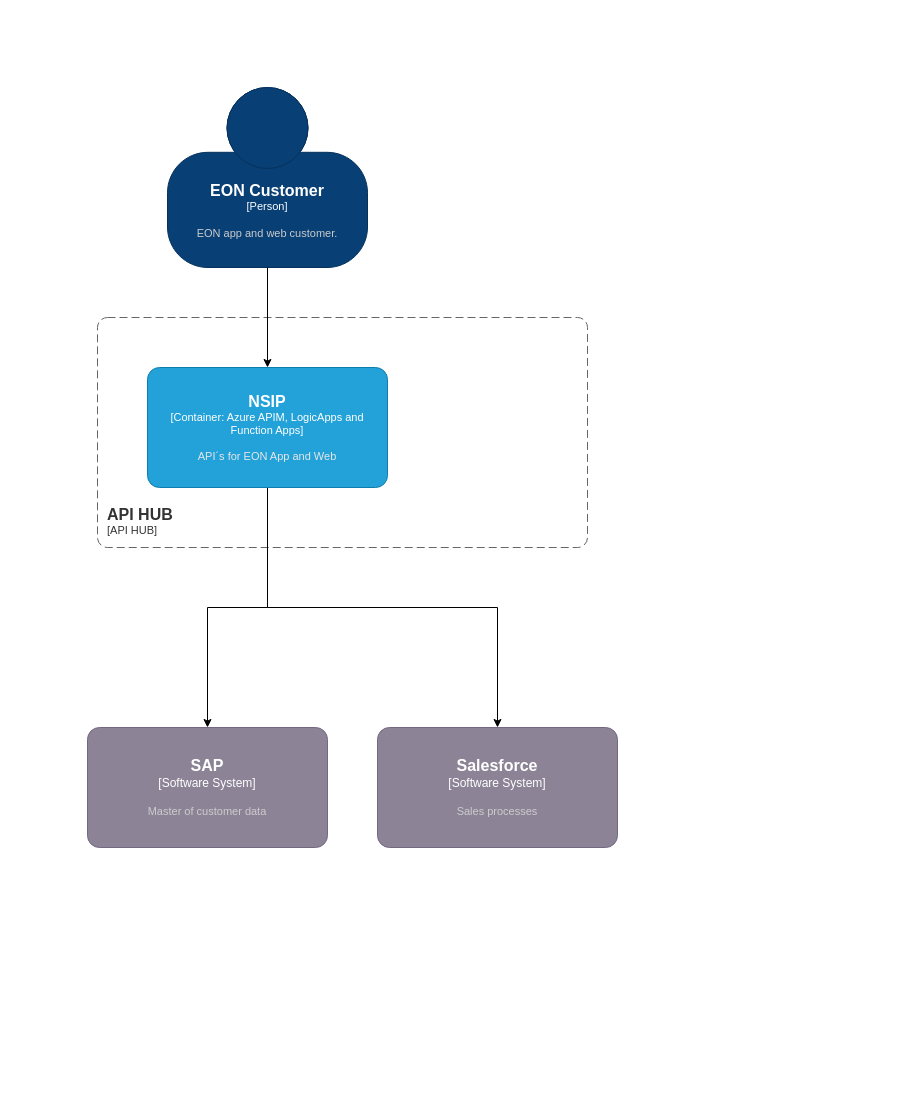
Earlier version of the draw.io diagram c4_diagrams/frontend_cache_container.drawio (lightenup/eon-one-arch). Source tidied: cells renumbered, new cells numbered last; positions are measured from the earlier drawing's top-left corner, leaving out a move shared by most shapes. Both pictures are drawn from the tidied source at 100%, with x=0, y=0 at pixel (87, 87).
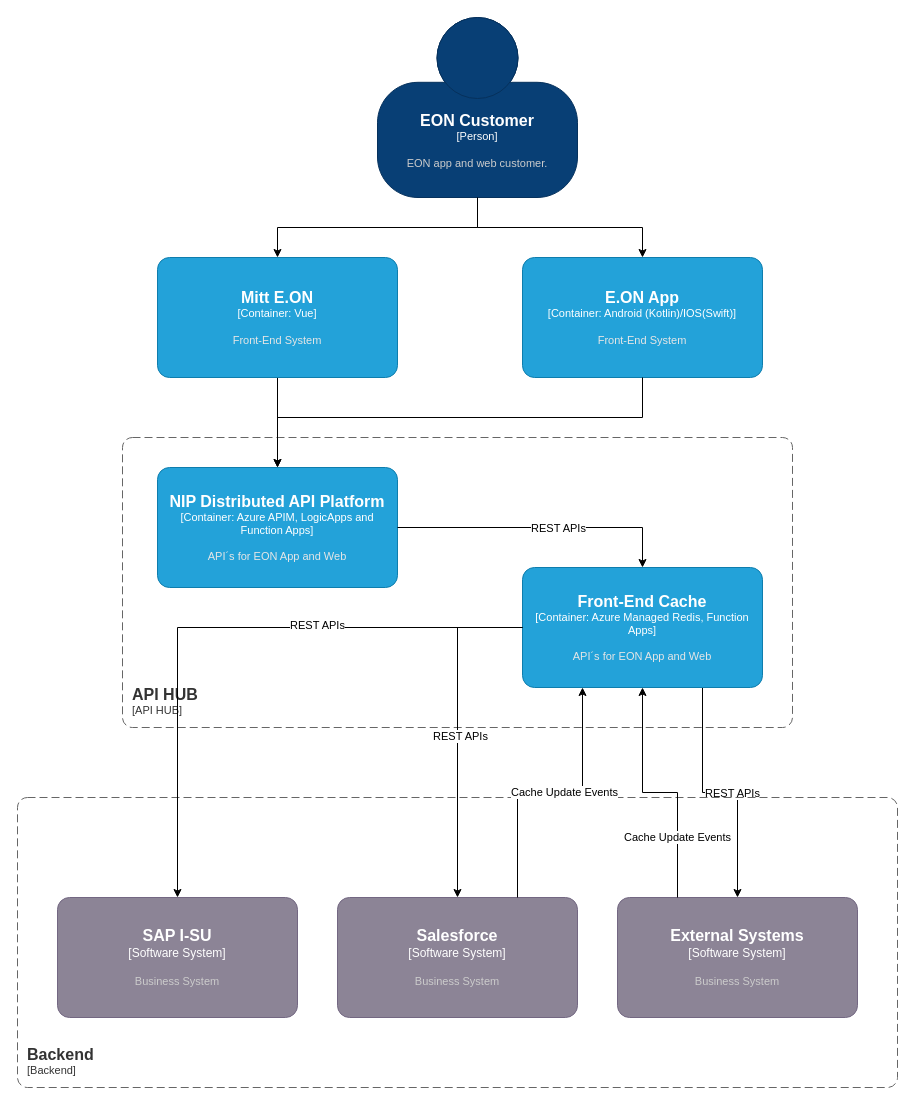
The same diagram, later.

Commit message:
Update frontend cache container dia with more systems

What changed in the source:
```diff
@@
     <object id="2" label="&lt;font style=&quot;font-size: 16px&quot;&gt;&lt;b&gt;&lt;div style=&quot;text-align: left&quot;&gt;%c4Name%&lt;/div&gt;&lt;/b&gt;&lt;/font&gt;&lt;div style=&quot;text-align: left&quot;&gt;[%c4Application%]&lt;/div&gt;" c4Application="API HUB" c4Name="API HUB" placeholders="1">
       <mxCell style="rounded=1;fontSize=11;whiteSpace=wrap;html=1;dashed=1;arcSize=20;fillColor=none;strokeColor=#666666;fontColor=#333333;labelBackgroundColor=none;align=left;verticalAlign=bottom;labelBorderColor=none;spacingTop=0;spacing=10;dashPattern=8 4;perimeter=rectanglePerimeter;noLabel=0;labelPadding=0;absoluteArcSize=1;" parent="1" vertex="1">
-        <mxGeometry x="10" y="230" width="490" height="230" as="geometry" />
+        <mxGeometry x="35" y="350" width="670" height="290" as="geometry" />
       </mxCell>
     </object>
+    <mxCell id="10" style="edgeStyle=orthogonalEdgeStyle;rounded=0;jettySize=auto;html=1;exitX=0.5;exitY=1;exitDx=0;exitDy=0;exitPerimeter=0;" parent="1" edge="1" source="3" target="13">
+      <mxGeometry relative="1" as="geometry" />
+    </mxCell>
     <object id="3" label="&lt;font style=&quot;font-size: 16px&quot;&gt;&lt;b&gt;%c4Name%&lt;/b&gt;&lt;/font&gt;&lt;div&gt;[%c4Type%]&lt;/div&gt;&lt;br&gt;&lt;div&gt;&lt;font style=&quot;font-size: 11px&quot;&gt;&lt;font color=&quot;#cccccc&quot;&gt;%c4Description%&lt;/font&gt;&lt;/div&gt;" c4Description="EON app and web customer." c4Name="EON Customer" c4Type="Person" placeholders="1">
       <mxCell style="html=1;fontSize=11;dashed=0;whiteSpace=wrap;fillColor=#083F75;strokeColor=#06315C;fontColor=#ffffff;shape=mxgraph.c4.person2;align=center;points=[[0.5,0,0],[1,0.5,0],[1,0.75,0],[0.75,1,0],[0.5,1,0],[0.25,1,0],[0,0.75,0],[0,0.5,0]];" parent="1" vertex="1">
-        <mxGeometry x="80" width="200" height="180" as="geometry" />
+        <mxGeometry x="290" y="-70" width="200" height="180" as="geometry" />
       </mxCell>
     </object>
-    <mxCell id="4" style="edgeStyle=orthogonalEdgeStyle;rounded=0;jettySize=auto;html=1;exitX=0.5;exitY=1;exitDx=0;exitDy=0;exitPerimeter=0;" parent="1" edge="1" source="6" target="9">
-      <mxGeometry relative="1" as="geometry" />
-    </mxCell>
-    <mxCell id="5" style="edgeStyle=orthogonalEdgeStyle;rounded=0;jettySize=auto;html=1;exitX=0.5;exitY=1;exitDx=0;exitDy=0;exitPerimeter=0;" parent="1" edge="1" source="6" target="8">
-      <mxGeometry relative="1" as="geometry" />
-    </mxCell>
-    <object id="6" label="&lt;font style=&quot;font-size: 16px&quot;&gt;&lt;b&gt;%c4Name%&lt;/b&gt;&lt;/font&gt;&lt;div&gt;[%c4Type%: %c4Technology%]&lt;/div&gt;&lt;br&gt;&lt;div&gt;&lt;font style=&quot;font-size: 11px&quot;&gt;&lt;font color=&quot;#E6E6E6&quot;&gt;%c4Description%&lt;/font&gt;&lt;/div&gt;" c4Description="API´s for EON App and Web" c4Name="NSIP" c4Technology="Azure APIM, LogicApps and Function Apps" c4Type="Container" placeholders="1">
+    <object id="6" label="&lt;font style=&quot;font-size: 16px&quot;&gt;&lt;b&gt;%c4Name%&lt;/b&gt;&lt;/font&gt;&lt;div&gt;[%c4Type%: %c4Technology%]&lt;/div&gt;&lt;br&gt;&lt;div&gt;&lt;font style=&quot;font-size: 11px&quot;&gt;&lt;font color=&quot;#E6E6E6&quot;&gt;%c4Description%&lt;/font&gt;&lt;/div&gt;" c4Description="API´s for EON App and Web" c4Name="NIP Distributed API Platform" c4Technology="Azure APIM, LogicApps and Function Apps" c4Type="Container" placeholders="1">
       <mxCell style="rounded=1;whiteSpace=wrap;html=1;fontSize=11;labelBackgroundColor=none;fillColor=#23A2D9;fontColor=#ffffff;align=center;arcSize=10;strokeColor=#0E7DAD;points=[[0.25,0,0],[0.5,0,0],[0.75,0,0],[1,0.25,0],[1,0.5,0],[1,0.75,0],[0.75,1,0],[0.5,1,0],[0.25,1,0],[0,0.75,0],[0,0.5,0],[0,0.25,0]];" parent="1" vertex="1">
-        <mxGeometry x="60" y="280" width="240" height="120" as="geometry" />
+        <mxGeometry x="70" y="380" width="240" height="120" as="geometry" />
       </mxCell>
     </object>
-    <mxCell id="7" style="edgeStyle=orthogonalEdgeStyle;rounded=0;jettySize=auto;html=1;entryX=0.5;entryY=0;entryDx=0;entryDy=0;entryPerimeter=0;" parent="1" edge="1" source="3" target="6">
-      <mxGeometry relative="1" as="geometry" />
-    </mxCell>
-    <object id="8" label="&lt;font style=&quot;font-size: 16px&quot;&gt;&lt;b&gt;%c4Name%&lt;/b&gt;&lt;/font&gt;&lt;div&gt;[%c4Type%]&lt;/div&gt;&lt;br&gt;&lt;div&gt;&lt;font style=&quot;font-size: 11px&quot;&gt;&lt;font color=&quot;#cccccc&quot;&gt;%c4Description%&lt;/font&gt;&lt;/div&gt;" c4Description="Master of customer data" c4Name="SAP" c4Type="Software System" placeholders="1">
+    <object id="8" label="&lt;font style=&quot;font-size: 16px&quot;&gt;&lt;b&gt;%c4Name%&lt;/b&gt;&lt;/font&gt;&lt;div&gt;[%c4Type%]&lt;/div&gt;&lt;br&gt;&lt;div&gt;&lt;font style=&quot;font-size: 11px&quot;&gt;&lt;font color=&quot;#cccccc&quot;&gt;%c4Description%&lt;/font&gt;&lt;/div&gt;" c4Description="Business System" c4Name="SAP I-SU" c4Type="Software System" placeholders="1">
       <mxCell style="rounded=1;whiteSpace=wrap;html=1;labelBackgroundColor=none;fillColor=#8C8496;fontColor=#ffffff;align=center;arcSize=10;strokeColor=#736782;points=[[0.25,0,0],[0.5,0,0],[0.75,0,0],[1,0.25,0],[1,0.5,0],[1,0.75,0],[0.75,1,0],[0.5,1,0],[0.25,1,0],[0,0.75,0],[0,0.5,0],[0,0.25,0]];" parent="1" vertex="1">
-        <mxGeometry y="640" width="240" height="120" as="geometry" />
+        <mxGeometry x="-30" y="810" width="240" height="120" as="geometry" />
       </mxCell>
     </object>
-    <object id="9" label="&lt;font style=&quot;font-size: 16px&quot;&gt;&lt;b&gt;%c4Name%&lt;/b&gt;&lt;/font&gt;&lt;div&gt;[%c4Type%]&lt;/div&gt;&lt;br&gt;&lt;div&gt;&lt;font style=&quot;font-size: 11px&quot;&gt;&lt;font color=&quot;#cccccc&quot;&gt;%c4Description%&lt;/font&gt;&lt;/div&gt;" c4Description="Sales processes" c4Name="Salesforce" c4Type="Software System" placeholders="1">
+    <object id="9" label="&lt;font style=&quot;font-size: 16px&quot;&gt;&lt;b&gt;%c4Name%&lt;/b&gt;&lt;/font&gt;&lt;div&gt;[%c4Type%]&lt;/div&gt;&lt;br&gt;&lt;div&gt;&lt;font style=&quot;font-size: 11px&quot;&gt;&lt;font color=&quot;#cccccc&quot;&gt;%c4Description%&lt;/font&gt;&lt;/div&gt;" c4Description="Business System" c4Name="Salesforce" c4Type="Software System" placeholders="1">
       <mxCell style="rounded=1;whiteSpace=wrap;html=1;labelBackgroundColor=none;fillColor=#8C8496;fontColor=#ffffff;align=center;arcSize=10;strokeColor=#736782;points=[[0.25,0,0],[0.5,0,0],[0.75,0,0],[1,0.25,0],[1,0.5,0],[1,0.75,0],[0.75,1,0],[0.5,1,0],[0.25,1,0],[0,0.75,0],[0,0.5,0],[0,0.25,0]];" parent="1" vertex="1">
-        <mxGeometry x="290" y="640" width="240" height="120" as="geometry" />
+        <mxGeometry x="250" y="810" width="240" height="120" as="geometry" />
       </mxCell>
     </object>
+    <mxCell id="11" style="edgeStyle=orthogonalEdgeStyle;rounded=0;jettySize=auto;html=1;" parent="1" edge="1" source="12" target="6">
+      <mxGeometry relative="1" as="geometry" />
+    </mxCell>
+    <object id="12" label="&lt;font style=&quot;font-size: 16px&quot;&gt;&lt;b&gt;%c4Name%&lt;/b&gt;&lt;/font&gt;&lt;div&gt;[%c4Type%: %c4Technology%]&lt;/div&gt;&lt;br&gt;&lt;div&gt;&lt;font style=&quot;font-size: 11px&quot;&gt;&lt;font color=&quot;#E6E6E6&quot;&gt;%c4Description%&lt;/font&gt;&lt;/div&gt;" c4Description="Front-End System" c4Name="Mitt E.ON" c4Technology="Vue" c4Type="Container" placeholders="1">
+      <mxCell style="rounded=1;whiteSpace=wrap;html=1;fontSize=11;labelBackgroundColor=none;fillColor=#23A2D9;fontColor=#ffffff;align=center;arcSize=10;strokeColor=#0E7DAD;points=[[0.25,0,0],[0.5,0,0],[0.75,0,0],[1,0.25,0],[1,0.5,0],[1,0.75,0],[0.75,1,0],[0.5,1,0],[0.25,1,0],[0,0.75,0],[0,0.5,0],[0,0.25,0]];" parent="1" vertex="1">
+        <mxGeometry x="70" y="170" width="240" height="120" as="geometry" />
+      </mxCell>
+    </object>
+    <object id="13" label="&lt;font style=&quot;font-size: 16px&quot;&gt;&lt;b&gt;%c4Name%&lt;/b&gt;&lt;/font&gt;&lt;div&gt;[%c4Type%: %c4Technology%]&lt;/div&gt;&lt;br&gt;&lt;div&gt;&lt;font style=&quot;font-size: 11px&quot;&gt;&lt;font color=&quot;#E6E6E6&quot;&gt;%c4Description%&lt;/font&gt;&lt;/div&gt;" c4Description="Front-End System" c4Name="E.ON App" c4Technology="Android (Kotlin)/IOS(Swift)" c4Type="Container" placeholders="1">
+      <mxCell style="rounded=1;whiteSpace=wrap;html=1;fontSize=11;labelBackgroundColor=none;fillColor=#23A2D9;fontColor=#ffffff;align=center;arcSize=10;strokeColor=#0E7DAD;points=[[0.25,0,0],[0.5,0,0],[0.75,0,0],[1,0.25,0],[1,0.5,0],[1,0.75,0],[0.75,1,0],[0.5,1,0],[0.25,1,0],[0,0.75,0],[0,0.5,0],[0,0.25,0]];" parent="1" vertex="1">
+        <mxGeometry x="435" y="170" width="240" height="120" as="geometry" />
+      </mxCell>
+    </object>
+    <mxCell id="14" style="edgeStyle=orthogonalEdgeStyle;rounded=0;jettySize=auto;html=1;exitX=0.5;exitY=1;exitDx=0;exitDy=0;exitPerimeter=0;entryX=0.5;entryY=0;entryDx=0;entryDy=0;entryPerimeter=0;" parent="1" edge="1" source="3" target="12">
+      <mxGeometry relative="1" as="geometry" />
+    </mxCell>
+    <mxCell id="15" style="edgeStyle=orthogonalEdgeStyle;rounded=0;jettySize=auto;html=1;exitX=0.75;exitY=1;exitDx=0;exitDy=0;exitPerimeter=0;" parent="1" edge="1" source="17" target="19">
+      <mxGeometry relative="1" as="geometry" />
+    </mxCell>
+    <mxCell id="16" value="REST APIs" style="edgeLabel;html=1;align=center;verticalAlign=middle;" parent="15" vertex="1">
+      <mxGeometry x="0.09" relative="1" as="geometry" />
+    </mxCell>
+    <object id="17" label="&lt;font style=&quot;font-size: 16px&quot;&gt;&lt;b&gt;%c4Name%&lt;/b&gt;&lt;/font&gt;&lt;div&gt;[%c4Type%: %c4Technology%]&lt;/div&gt;&lt;br&gt;&lt;div&gt;&lt;font style=&quot;font-size: 11px&quot;&gt;&lt;font color=&quot;#E6E6E6&quot;&gt;%c4Description%&lt;/font&gt;&lt;/div&gt;" c4Description="API´s for EON App and Web" c4Name="Front-End Cache" c4Technology="Azure Managed Redis, Function Apps" c4Type="Container" placeholders="1">
+      <mxCell style="rounded=1;whiteSpace=wrap;html=1;fontSize=11;labelBackgroundColor=none;fillColor=#23A2D9;fontColor=#ffffff;align=center;arcSize=10;strokeColor=#0E7DAD;points=[[0.25,0,0],[0.5,0,0],[0.75,0,0],[1,0.25,0],[1,0.5,0],[1,0.75,0],[0.75,1,0],[0.5,1,0],[0.25,1,0],[0,0.75,0],[0,0.5,0],[0,0.25,0]];" parent="1" vertex="1">
+        <mxGeometry x="435" y="480" width="240" height="120" as="geometry" />
+      </mxCell>
+    </object>
+    <object id="18" label="&lt;font style=&quot;font-size: 16px&quot;&gt;&lt;b&gt;&lt;div style=&quot;text-align: left&quot;&gt;%c4Name%&lt;/div&gt;&lt;/b&gt;&lt;/font&gt;&lt;div style=&quot;text-align: left&quot;&gt;[%c4Application%]&lt;/div&gt;" c4Application="Backend" c4Name="Backend" placeholders="1">
+      <mxCell style="rounded=1;fontSize=11;whiteSpace=wrap;html=1;dashed=1;arcSize=20;fillColor=none;strokeColor=#666666;fontColor=#333333;labelBackgroundColor=none;align=left;verticalAlign=bottom;labelBorderColor=none;spacingTop=0;spacing=10;dashPattern=8 4;perimeter=rectanglePerimeter;noLabel=0;labelPadding=0;absoluteArcSize=1;" parent="1" vertex="1">
+        <mxGeometry x="-70" y="710" width="880" height="290" as="geometry" />
+      </mxCell>
+    </object>
+    <object id="19" label="&lt;font style=&quot;font-size: 16px&quot;&gt;&lt;b&gt;%c4Name%&lt;/b&gt;&lt;/font&gt;&lt;div&gt;[%c4Type%]&lt;/div&gt;&lt;br&gt;&lt;div&gt;&lt;font style=&quot;font-size: 11px&quot;&gt;&lt;font color=&quot;#cccccc&quot;&gt;%c4Description%&lt;/font&gt;&lt;/div&gt;" c4Description="Business System" c4Name="External Systems" c4Type="Software System" placeholders="1">
+      <mxCell style="rounded=1;whiteSpace=wrap;html=1;labelBackgroundColor=none;fillColor=#8C8496;fontColor=#ffffff;align=center;arcSize=10;strokeColor=#736782;points=[[0.25,0,0],[0.5,0,0],[0.75,0,0],[1,0.25,0],[1,0.5,0],[1,0.75,0],[0.75,1,0],[0.5,1,0],[0.25,1,0],[0,0.75,0],[0,0.5,0],[0,0.25,0]];" parent="1" vertex="1">
+        <mxGeometry x="530" y="810" width="240" height="120" as="geometry" />
+      </mxCell>
+    </object>
+    <mxCell id="20" style="edgeStyle=orthogonalEdgeStyle;rounded=0;jettySize=auto;html=1;entryX=0.5;entryY=0;entryDx=0;entryDy=0;entryPerimeter=0;" parent="1" edge="1" source="13" target="6">
+      <mxGeometry relative="1" as="geometry">
+        <Array as="points">
+          <mxPoint x="555" y="330" />
+          <mxPoint x="190" y="330" />
+        </Array>
+      </mxGeometry>
+    </mxCell>
+    <mxCell id="21" style="edgeStyle=orthogonalEdgeStyle;rounded=0;jettySize=auto;html=1;exitX=1;exitY=0.5;exitDx=0;exitDy=0;exitPerimeter=0;entryX=0.5;entryY=0;entryDx=0;entryDy=0;entryPerimeter=0;" parent="1" edge="1" source="6" target="17">
+      <mxGeometry relative="1" as="geometry" />
+    </mxCell>
+    <mxCell id="22" value="REST APIs" style="edgeLabel;html=1;align=center;verticalAlign=middle;" parent="21" vertex="1">
+      <mxGeometry x="0.12" relative="1" as="geometry" />
+    </mxCell>
+    <mxCell id="23" style="edgeStyle=orthogonalEdgeStyle;rounded=0;jettySize=auto;html=1;exitX=0;exitY=0.5;exitDx=0;exitDy=0;exitPerimeter=0;entryX=0.5;entryY=0;entryDx=0;entryDy=0;entryPerimeter=0;" parent="1" edge="1" source="17" target="8">
+      <mxGeometry relative="1" as="geometry" />
+    </mxCell>
+    <mxCell id="24" value="REST APIs" style="edgeLabel;html=1;align=center;verticalAlign=middle;" parent="23" vertex="1">
+      <mxGeometry x="-0.33" y="-3" relative="1" as="geometry" />
+    </mxCell>
+    <mxCell id="25" style="edgeStyle=orthogonalEdgeStyle;rounded=0;jettySize=auto;html=1;exitX=0;exitY=0.5;exitDx=0;exitDy=0;exitPerimeter=0;entryX=0.5;entryY=0;entryDx=0;entryDy=0;entryPerimeter=0;" parent="1" edge="1" source="17" target="9">
+      <mxGeometry relative="1" as="geometry" />
+    </mxCell>
+    <mxCell id="26" value="REST APIs" style="edgeLabel;html=1;align=center;verticalAlign=middle;" parent="25" vertex="1">
+      <mxGeometry x="0.03" y="2" relative="1" as="geometry" />
+    </mxCell>
+    <mxCell id="27" style="edgeStyle=orthogonalEdgeStyle;rounded=0;jettySize=auto;html=1;exitX=0.75;exitY=0;exitDx=0;exitDy=0;exitPerimeter=0;entryX=0.25;entryY=1;entryDx=0;entryDy=0;entryPerimeter=0;" parent="1" edge="1" source="9" target="17">
+      <mxGeometry relative="1" as="geometry" />
+    </mxCell>
+    <mxCell id="28" value="Cache Update Events" style="edgeLabel;html=1;align=center;verticalAlign=middle;" parent="27" vertex="1">
+      <mxGeometry x="0.1" y="1" relative="1" as="geometry" />
+    </mxCell>
+    <mxCell id="29" style="edgeStyle=orthogonalEdgeStyle;rounded=0;jettySize=auto;html=1;exitX=0.25;exitY=0;exitDx=0;exitDy=0;exitPerimeter=0;entryX=0.5;entryY=1;entryDx=0;entryDy=0;entryPerimeter=0;" parent="1" edge="1" source="19" target="17">
+      <mxGeometry relative="1" as="geometry" />
+    </mxCell>
+    <mxCell id="30" value="Cache Update Events" style="edgeLabel;html=1;align=center;verticalAlign=middle;" parent="29" vertex="1">
+      <mxGeometry x="-0.5" y="1" relative="1" as="geometry" />
+    </mxCell>
```
